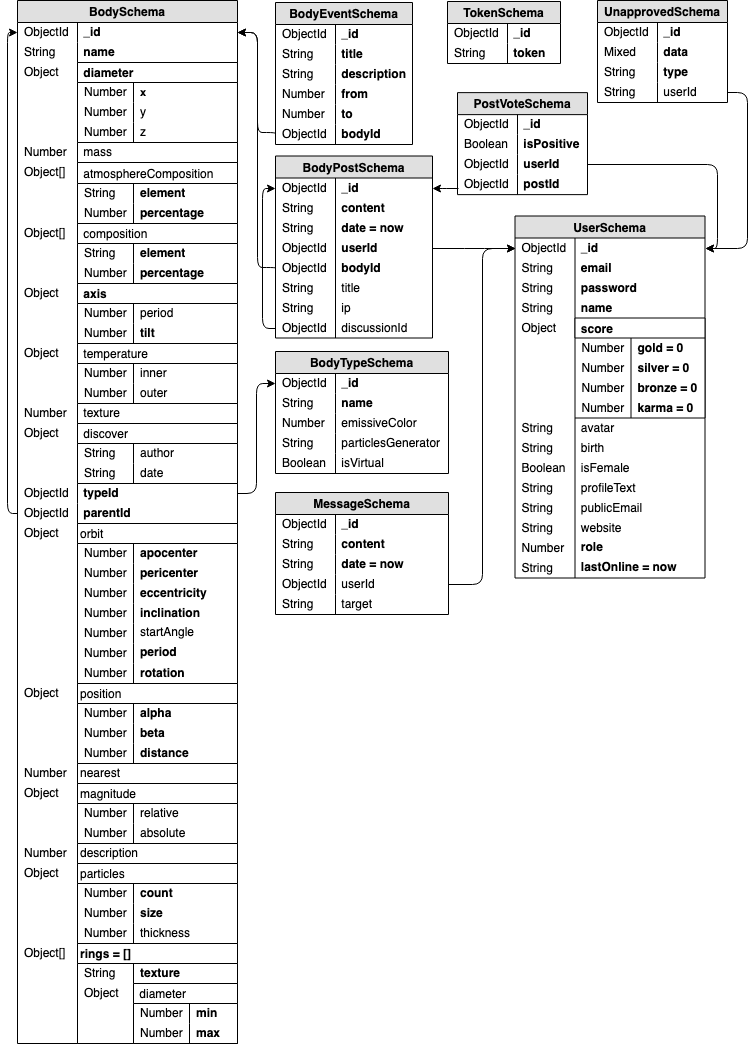
Before: docs/Images/DB.png, a diagram exported from draw.io (michalstruna/universis). Source tidied: cells renumbered, new cells last; positions are measured from the earlier drawing's top-left corner, leaving out a move shared by most shapes.
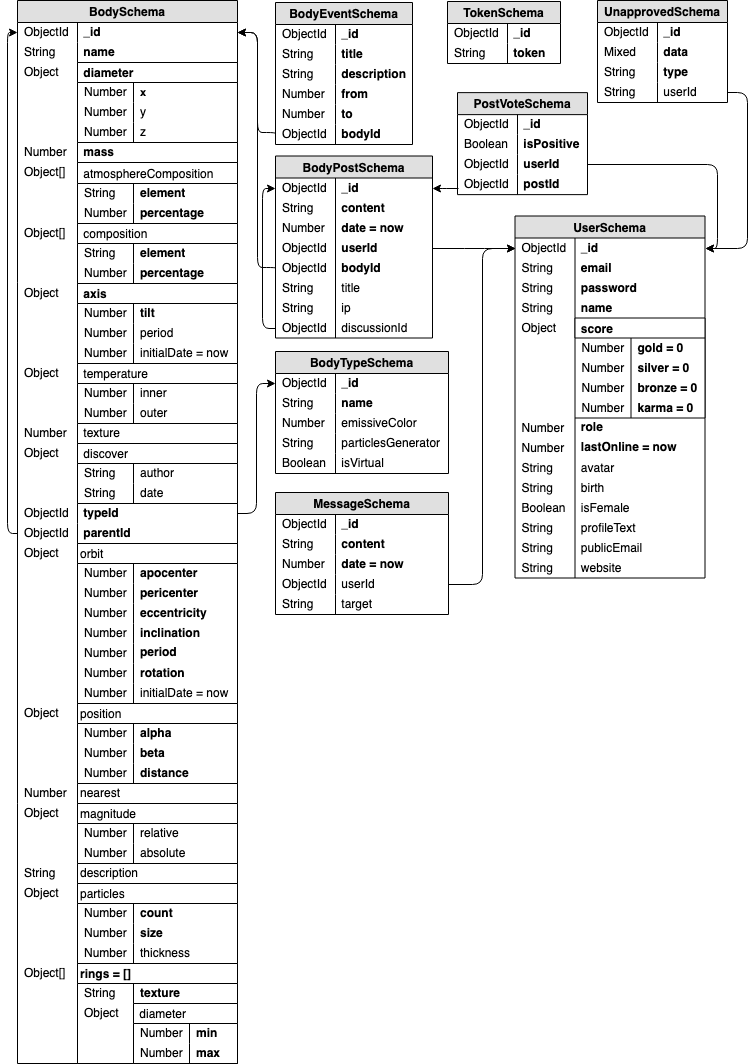
Later version of the same file.

The edit, as a diff of the source:
```diff
@@ -5,3 +5,3 @@
     <mxCell id="2" value="BodySchema" style="swimlane;fontStyle=1;horizontal=1;startSize=22;fillColor=#e0e0e0;swimlaneFillColor=#ffffff;align=center;fontSize=12;verticalAlign=middle;spacing=2;" parent="1" vertex="1">
-      <mxGeometry x="10" width="220" height="1043" as="geometry" />
+      <mxGeometry x="10" width="220" height="1063" as="geometry" />
     </mxCell>
@@ -46,3 +46,3 @@
     </mxCell>
-    <mxCell id="16" value=" mass" style="shape=partialRectangle;top=0;left=0;right=0;bottom=0;align=left;verticalAlign=middle;fillColor=none;spacingLeft=60;spacingRight=4;overflow=hidden;fontSize=12;spacing=2;" parent="2" vertex="1">
+    <mxCell id="16" value=" mass" style="shape=partialRectangle;top=0;left=0;right=0;bottom=0;align=left;verticalAlign=middle;fillColor=none;spacingLeft=60;spacingRight=4;overflow=hidden;fontSize=12;spacing=2;fontStyle=1;" parent="2" vertex="1">
       <mxGeometry y="142" width="220" height="20" as="geometry" />
@@ -95,3 +95,3 @@
     <mxCell id="32" value="temperature" style="shape=partialRectangle;top=0;left=0;right=0;bottom=0;align=left;verticalAlign=middle;fillColor=none;spacingLeft=60;spacingRight=4;overflow=hidden;fontSize=12;spacing=2;" parent="2" vertex="1">
-      <mxGeometry y="283" width="220" height="60" as="geometry" />
+      <mxGeometry y="283" width="220" height="80" as="geometry" />
     </mxCell>
@@ -101,6 +101,12 @@
     <mxCell id="34" value=" axis" style="swimlane;fontStyle=1;horizontal=1;startSize=20;fillColor=#ffffff;swimlaneFillColor=#ffffff;align=left;fontSize=12;verticalAlign=middle;spacing=2;" parent="32" vertex="1">
-      <mxGeometry x="60" width="160" height="60" as="geometry" />
+      <mxGeometry x="60" width="160" height="80" as="geometry" />
     </mxCell>
+    <mxCell id="37" value="tilt" style="shape=partialRectangle;top=0;left=0;right=0;bottom=0;align=left;verticalAlign=middle;fillColor=none;spacingLeft=60;spacingRight=4;overflow=hidden;fontSize=12;fontStyle=1;spacing=2;" parent="34" vertex="1">
+      <mxGeometry y="20" width="160" height="20" as="geometry" />
+    </mxCell>
+    <mxCell id="38" value="Number" style="shape=partialRectangle;fontStyle=0;top=0;left=0;bottom=0;fillColor=none;align=left;verticalAlign=middle;spacingLeft=4;spacingRight=4;overflow=hidden;fontSize=12;spacing=2;" parent="37" vertex="1">
+      <mxGeometry width="56" height="20" as="geometry" />
+    </mxCell>
     <mxCell id="35" value="period" style="shape=partialRectangle;top=0;left=0;right=0;bottom=0;align=left;verticalAlign=middle;fillColor=none;spacingLeft=60;spacingRight=4;overflow=hidden;fontSize=12;fontStyle=0;spacing=2;" parent="34" vertex="1">
-      <mxGeometry y="20" width="160" height="20" as="geometry" />
+      <mxGeometry y="40" width="160" height="20" as="geometry" />
     </mxCell>
@@ -109,10 +115,10 @@
     </mxCell>
-    <mxCell id="37" value="tilt" style="shape=partialRectangle;top=0;left=0;right=0;bottom=0;align=left;verticalAlign=middle;fillColor=none;spacingLeft=60;spacingRight=4;overflow=hidden;fontSize=12;fontStyle=1;spacing=2;" parent="34" vertex="1">
-      <mxGeometry y="40" width="160" height="20" as="geometry" />
-    </mxCell>
-    <mxCell id="38" value="Number" style="shape=partialRectangle;fontStyle=0;top=0;left=0;bottom=0;fillColor=none;align=left;verticalAlign=middle;spacingLeft=4;spacingRight=4;overflow=hidden;fontSize=12;spacing=2;" parent="37" vertex="1">
-      <mxGeometry width="56" height="20" as="geometry" />
-    </mxCell>
+    <mxCell id="238" value="initialDate = now" style="shape=partialRectangle;top=0;left=0;right=0;bottom=0;align=left;verticalAlign=middle;fillColor=none;spacingLeft=60;spacingRight=4;overflow=hidden;fontSize=12;fontStyle=0;spacing=2;" parent="34" vertex="1">
+      <mxGeometry y="60" width="160" height="20" as="geometry" />
+    </mxCell>
+    <mxCell id="239" value="Number" style="shape=partialRectangle;fontStyle=0;top=0;left=0;bottom=0;fillColor=none;align=left;verticalAlign=middle;spacingLeft=4;spacingRight=4;overflow=hidden;fontSize=12;spacing=2;" parent="238" vertex="1">
+      <mxGeometry width="56" height="20" as="geometry" />
+    </mxCell>
     <mxCell id="39" value="temperature" style="shape=partialRectangle;top=0;left=0;right=0;bottom=0;align=left;verticalAlign=middle;fillColor=none;spacingLeft=60;spacingRight=4;overflow=hidden;fontSize=12;spacing=2;" parent="2" vertex="1">
-      <mxGeometry y="343" width="220" height="60" as="geometry" />
+      <mxGeometry y="363" width="220" height="60" as="geometry" />
     </mxCell>
@@ -137,3 +143,3 @@
     <mxCell id="46" value=" texture" style="shape=partialRectangle;top=0;left=0;right=0;bottom=0;align=left;verticalAlign=middle;fillColor=none;spacingLeft=60;spacingRight=4;overflow=hidden;fontSize=12;spacing=2;" parent="2" vertex="1">
-      <mxGeometry y="403" width="220" height="20" as="geometry" />
+      <mxGeometry y="423" width="220" height="20" as="geometry" />
     </mxCell>
@@ -143,3 +149,3 @@
     <mxCell id="48" value="temperature" style="shape=partialRectangle;top=0;left=0;right=0;bottom=0;align=left;verticalAlign=middle;fillColor=none;spacingLeft=60;spacingRight=4;overflow=hidden;fontSize=12;spacing=2;" parent="2" vertex="1">
-      <mxGeometry y="423" width="220" height="60" as="geometry" />
+      <mxGeometry y="443" width="220" height="60" as="geometry" />
     </mxCell>
@@ -164,3 +170,3 @@
     <mxCell id="55" value=" typeId" style="shape=partialRectangle;top=0;left=0;right=0;bottom=0;align=left;verticalAlign=middle;fillColor=none;spacingLeft=60;spacingRight=4;overflow=hidden;points=[[0,0.5],[1,0.5]];portConstraint=eastwest;fontSize=12;spacing=2;fontStyle=1;" parent="2" vertex="1">
-      <mxGeometry y="483" width="220" height="20" as="geometry" />
+      <mxGeometry y="503" width="220" height="20" as="geometry" />
     </mxCell>
@@ -170,3 +176,3 @@
     <mxCell id="57" value=" parentId" style="shape=partialRectangle;top=0;left=0;right=0;bottom=0;align=left;verticalAlign=middle;fillColor=none;spacingLeft=60;spacingRight=4;overflow=hidden;points=[[0,0.5],[1,0.5]];portConstraint=eastwest;fontSize=12;spacing=2;fontStyle=1;" parent="2" vertex="1">
-      <mxGeometry y="503" width="220" height="20" as="geometry" />
+      <mxGeometry y="523" width="220" height="20" as="geometry" />
     </mxCell>
@@ -176,3 +182,3 @@
     <mxCell id="59" value="temperature" style="shape=partialRectangle;top=0;left=0;right=0;bottom=0;align=left;verticalAlign=middle;fillColor=none;spacingLeft=60;spacingRight=4;overflow=hidden;fontSize=12;spacing=2;" parent="2" vertex="1">
-      <mxGeometry y="523" width="220" height="160" as="geometry" />
+      <mxGeometry y="543" width="220" height="160" as="geometry" />
     </mxCell>
@@ -208,10 +214,4 @@
     </mxCell>
-    <mxCell id="70" value="startAngle&#10;" style="shape=partialRectangle;top=0;left=0;right=0;bottom=0;align=left;verticalAlign=middle;fillColor=none;spacingLeft=60;spacingRight=4;overflow=hidden;fontSize=12;spacing=2;" parent="61" vertex="1">
-      <mxGeometry y="100" width="160" height="20" as="geometry" />
-    </mxCell>
-    <mxCell id="71" value="Number" style="shape=partialRectangle;fontStyle=0;top=0;left=0;bottom=0;fillColor=none;align=left;verticalAlign=middle;spacingLeft=4;spacingRight=4;overflow=hidden;fontSize=12;spacing=2;" parent="70" vertex="1">
-      <mxGeometry width="56" height="20" as="geometry" />
-    </mxCell>
     <mxCell id="72" value="period&#10;" style="shape=partialRectangle;top=0;left=0;right=0;bottom=0;align=left;verticalAlign=middle;fillColor=none;spacingLeft=60;spacingRight=4;overflow=hidden;fontSize=12;spacing=2;fontStyle=1;" parent="61" vertex="1">
-      <mxGeometry y="120" width="160" height="20" as="geometry" />
+      <mxGeometry y="100" width="160" height="20" as="geometry" />
     </mxCell>
@@ -221,3 +221,3 @@
     <mxCell id="74" value="rotation" style="shape=partialRectangle;top=0;left=0;right=0;bottom=0;align=left;verticalAlign=middle;fillColor=none;spacingLeft=60;spacingRight=4;overflow=hidden;fontSize=12;spacing=2;fontStyle=1;" parent="61" vertex="1">
-      <mxGeometry y="140" width="160" height="20" as="geometry" />
+      <mxGeometry y="120" width="160" height="20" as="geometry" />
     </mxCell>
@@ -226,4 +226,10 @@
     </mxCell>
+    <mxCell id="70" value="initialDate = now" style="shape=partialRectangle;top=0;left=0;right=0;bottom=0;align=left;verticalAlign=middle;fillColor=none;spacingLeft=60;spacingRight=4;overflow=hidden;fontSize=12;spacing=2;fontStyle=0;" parent="61" vertex="1">
+      <mxGeometry y="140" width="160" height="20" as="geometry" />
+    </mxCell>
+    <mxCell id="71" value="Number" style="shape=partialRectangle;fontStyle=0;top=0;left=0;bottom=0;fillColor=none;align=left;verticalAlign=middle;spacingLeft=4;spacingRight=4;overflow=hidden;fontSize=12;spacing=2;" parent="70" vertex="1">
+      <mxGeometry width="56" height="20" as="geometry" />
+    </mxCell>
     <mxCell id="76" value="temperature" style="shape=partialRectangle;top=0;left=0;right=0;bottom=0;align=left;verticalAlign=middle;fillColor=none;spacingLeft=60;spacingRight=4;overflow=hidden;fontSize=12;spacing=2;" parent="2" vertex="1">
-      <mxGeometry y="683" width="220" height="80" as="geometry" />
+      <mxGeometry y="703" width="220" height="80" as="geometry" />
     </mxCell>
@@ -254,3 +260,3 @@
     <mxCell id="85" value="nearest" style="shape=partialRectangle;top=0;left=0;right=0;bottom=0;align=left;verticalAlign=middle;fillColor=none;spacingLeft=60;spacingRight=4;overflow=hidden;fontSize=12;spacing=2;" parent="2" vertex="1">
-      <mxGeometry y="763" width="220" height="20" as="geometry" />
+      <mxGeometry y="783" width="220" height="20" as="geometry" />
     </mxCell>
@@ -260,3 +266,3 @@
     <mxCell id="87" value="temperature" style="shape=partialRectangle;top=0;left=0;right=0;bottom=0;align=left;verticalAlign=middle;fillColor=none;spacingLeft=60;spacingRight=4;overflow=hidden;fontSize=12;spacing=2;" parent="2" vertex="1">
-      <mxGeometry y="783" width="220" height="60" as="geometry" />
+      <mxGeometry y="803" width="220" height="60" as="geometry" />
     </mxCell>
@@ -281,5 +287,5 @@
     <mxCell id="94" value="description" style="shape=partialRectangle;top=0;left=0;right=0;bottom=0;align=left;verticalAlign=middle;fillColor=none;spacingLeft=60;spacingRight=4;overflow=hidden;fontSize=12;spacing=2;" parent="2" vertex="1">
-      <mxGeometry y="843" width="220" height="20" as="geometry" />
+      <mxGeometry y="863" width="220" height="20" as="geometry" />
     </mxCell>
-    <mxCell id="95" value="Number" style="shape=partialRectangle;fontStyle=0;top=0;left=0;bottom=0;fillColor=none;align=left;verticalAlign=middle;spacingLeft=4;spacingRight=4;overflow=hidden;fontSize=12;spacing=2;" parent="94" vertex="1">
+    <mxCell id="95" value="String" style="shape=partialRectangle;fontStyle=0;top=0;left=0;bottom=0;fillColor=none;align=left;verticalAlign=middle;spacingLeft=4;spacingRight=4;overflow=hidden;fontSize=12;spacing=2;" parent="94" vertex="1">
       <mxGeometry width="60" height="20" as="geometry" />
@@ -287,3 +293,3 @@
     <mxCell id="96" value="temperature" style="shape=partialRectangle;top=0;left=0;right=0;bottom=0;align=left;verticalAlign=middle;fillColor=none;spacingLeft=60;spacingRight=4;overflow=hidden;fontSize=12;spacing=2;" parent="2" vertex="1">
-      <mxGeometry y="863" width="220" height="80" as="geometry" />
+      <mxGeometry y="883" width="220" height="80" as="geometry" />
     </mxCell>
@@ -314,3 +320,3 @@
     <mxCell id="105" value="temperature" style="shape=partialRectangle;top=0;left=0;right=0;bottom=0;align=left;verticalAlign=middle;fillColor=none;spacingLeft=60;spacingRight=4;overflow=hidden;fontSize=12;spacing=2;" parent="2" vertex="1">
-      <mxGeometry y="943" width="220" height="100" as="geometry" />
+      <mxGeometry y="963" width="220" height="100" as="geometry" />
     </mxCell>
@@ -349,7 +355,6 @@
     </mxCell>
-    <mxCell id="117" style="edgeStyle=segmentEdgeStyle;endArrow=classic;html=1;fontSize=12;entryX=0;entryY=0.5;entryDx=0;entryDy=0;exitX=0;exitY=0.5;exitDx=0;exitDy=0;" parent="2" edge="1" source="57" target="3">
+    <mxCell id="117" style="edgeStyle=elbowEdgeStyle;elbow=horizontal;endArrow=classic;html=1;entryX=0;entryY=0.5;entryDx=0;entryDy=0;exitX=0;exitY=0.5;exitDx=0;exitDy=0;" parent="2" edge="1" source="57" target="3">
       <mxGeometry relative="1" as="geometry">
         <Array as="points">
-          <mxPoint x="-10" y="513" />
-          <mxPoint x="-10" y="32" />
+          <mxPoint x="-10" y="283" />
         </Array>
@@ -447,3 +452,3 @@
     </mxCell>
-    <mxCell id="148" value="String" style="shape=partialRectangle;fontStyle=0;top=0;left=0;bottom=0;fillColor=none;align=left;verticalAlign=middle;spacingLeft=4;spacingRight=4;overflow=hidden;fontSize=12;spacing=2;" parent="147" vertex="1">
+    <mxCell id="148" value="Number" style="shape=partialRectangle;fontStyle=0;top=0;left=0;bottom=0;fillColor=none;align=left;verticalAlign=middle;spacingLeft=4;spacingRight=4;overflow=hidden;fontSize=12;spacing=2;" parent="147" vertex="1">
       <mxGeometry width="60" height="20" as="geometry" />
@@ -503,3 +508,3 @@
     </mxCell>
-    <mxCell id="165" value=" userId" style="shape=partialRectangle;top=0;left=0;right=0;bottom=0;align=left;verticalAlign=middle;fillColor=none;spacingLeft=60;spacingRight=4;overflow=hidden;points=[[0,0.5],[1,0.5]];portConstraint=eastwest;fontSize=12;spacing=2;fontStyle=1;" parent="160" vertex="1">
+    <mxCell id="165" value=" userId" style="shape=partialRectangle;top=0;left=0;right=0;bottom=0;align=left;verticalAlign=middle;fillColor=none;spacingLeft=60;spacingRight=4;overflow=hidden;points=[[0,0.5],[1,0.5]];portConstraint=eastwest;fontSize=12;spacing=2;fontStyle=1;strokeColor=#3399FF;" parent="160" vertex="1">
       <mxGeometry y="62" width="130" height="20" as="geometry" />
@@ -509,3 +514,3 @@
     </mxCell>
-    <mxCell id="167" value=" postId" style="shape=partialRectangle;top=0;left=0;right=0;bottom=0;align=left;verticalAlign=middle;fillColor=none;spacingLeft=60;spacingRight=4;overflow=hidden;points=[[0,0.5],[1,0.5]];portConstraint=eastwest;fontSize=12;spacing=2;fontStyle=1;" parent="160" vertex="1">
+    <mxCell id="167" value=" postId" style="shape=partialRectangle;top=0;left=0;right=0;bottom=0;align=left;verticalAlign=middle;fillColor=none;spacingLeft=60;spacingRight=4;overflow=hidden;points=[[0,0.5],[1,0.5]];portConstraint=eastwest;fontSize=12;spacing=2;fontStyle=1;strokeColor=#3399FF;" parent="160" vertex="1">
       <mxGeometry y="82" width="130" height="20" as="geometry" />
@@ -575,4 +580,16 @@
     </mxCell>
+    <mxCell id="201" value=" role&#10;" style="shape=partialRectangle;top=0;left=0;right=0;bottom=0;align=left;verticalAlign=middle;fillColor=none;spacingLeft=60;spacingRight=4;overflow=hidden;fontSize=12;spacing=2;fontStyle=1;" parent="169" vertex="1">
+      <mxGeometry y="202" width="190" height="20" as="geometry" />
+    </mxCell>
+    <mxCell id="202" value="Number" style="shape=partialRectangle;fontStyle=0;top=0;left=0;bottom=0;fillColor=none;align=left;verticalAlign=middle;spacingLeft=4;spacingRight=4;overflow=hidden;fontSize=12;spacing=2;" parent="201" vertex="1">
+      <mxGeometry width="60" height="20" as="geometry" />
+    </mxCell>
+    <mxCell id="203" value=" lastOnline = now&#10;" style="shape=partialRectangle;top=0;left=0;right=0;bottom=0;align=left;verticalAlign=middle;fillColor=none;spacingLeft=60;spacingRight=4;overflow=hidden;fontSize=12;spacing=2;fontStyle=1;" parent="169" vertex="1">
+      <mxGeometry y="222" width="190" height="20" as="geometry" />
+    </mxCell>
+    <mxCell id="204" value="Number" style="shape=partialRectangle;fontStyle=0;top=0;left=0;bottom=0;fillColor=none;align=left;verticalAlign=middle;spacingLeft=4;spacingRight=4;overflow=hidden;fontSize=12;spacing=2;" parent="203" vertex="1">
+      <mxGeometry width="60" height="20" as="geometry" />
+    </mxCell>
     <mxCell id="189" value=" avatar" style="shape=partialRectangle;top=0;left=0;right=0;bottom=0;align=left;verticalAlign=middle;fillColor=none;spacingLeft=60;spacingRight=4;overflow=hidden;fontSize=12;spacing=2;fontStyle=0;" parent="169" vertex="1">
-      <mxGeometry y="202" width="190" height="20" as="geometry" />
+      <mxGeometry y="242" width="190" height="20" as="geometry" />
     </mxCell>
@@ -582,3 +599,3 @@
     <mxCell id="191" value=" birth" style="shape=partialRectangle;top=0;left=0;right=0;bottom=0;align=left;verticalAlign=middle;fillColor=none;spacingLeft=60;spacingRight=4;overflow=hidden;fontSize=12;spacing=2;fontStyle=0;" parent="169" vertex="1">
-      <mxGeometry y="222" width="190" height="20" as="geometry" />
+      <mxGeometry y="262" width="190" height="20" as="geometry" />
     </mxCell>
@@ -588,3 +605,3 @@
     <mxCell id="193" value=" isFemale" style="shape=partialRectangle;top=0;left=0;right=0;bottom=0;align=left;verticalAlign=middle;fillColor=none;spacingLeft=60;spacingRight=4;overflow=hidden;fontSize=12;spacing=2;fontStyle=0;" parent="169" vertex="1">
-      <mxGeometry y="242" width="190" height="20" as="geometry" />
+      <mxGeometry y="282" width="190" height="20" as="geometry" />
     </mxCell>
@@ -594,3 +611,3 @@
     <mxCell id="195" value=" profileText" style="shape=partialRectangle;top=0;left=0;right=0;bottom=0;align=left;verticalAlign=middle;fillColor=none;spacingLeft=60;spacingRight=4;overflow=hidden;fontSize=12;spacing=2;fontStyle=0;" parent="169" vertex="1">
-      <mxGeometry y="262" width="190" height="20" as="geometry" />
+      <mxGeometry y="302" width="190" height="20" as="geometry" />
     </mxCell>
@@ -600,3 +617,3 @@
     <mxCell id="197" value=" publicEmail" style="shape=partialRectangle;top=0;left=0;right=0;bottom=0;align=left;verticalAlign=middle;fillColor=none;spacingLeft=60;spacingRight=4;overflow=hidden;fontSize=12;spacing=2;fontStyle=0;" parent="169" vertex="1">
-      <mxGeometry y="282" width="190" height="20" as="geometry" />
+      <mxGeometry y="322" width="190" height="20" as="geometry" />
     </mxCell>
@@ -606,3 +623,3 @@
     <mxCell id="199" value=" website" style="shape=partialRectangle;top=0;left=0;right=0;bottom=0;align=left;verticalAlign=middle;fillColor=none;spacingLeft=60;spacingRight=4;overflow=hidden;fontSize=12;spacing=2;fontStyle=0;" parent="169" vertex="1">
-      <mxGeometry y="302" width="190" height="20" as="geometry" />
+      <mxGeometry y="342" width="190" height="20" as="geometry" />
     </mxCell>
@@ -611,14 +628,2 @@
     </mxCell>
-    <mxCell id="201" value=" role&#10;" style="shape=partialRectangle;top=0;left=0;right=0;bottom=0;align=left;verticalAlign=middle;fillColor=none;spacingLeft=60;spacingRight=4;overflow=hidden;fontSize=12;spacing=2;fontStyle=1;" parent="169" vertex="1">
-      <mxGeometry y="322" width="190" height="20" as="geometry" />
-    </mxCell>
-    <mxCell id="202" value="Number" style="shape=partialRectangle;fontStyle=0;top=0;left=0;bottom=0;fillColor=none;align=left;verticalAlign=middle;spacingLeft=4;spacingRight=4;overflow=hidden;fontSize=12;spacing=2;" parent="201" vertex="1">
-      <mxGeometry width="60" height="20" as="geometry" />
-    </mxCell>
-    <mxCell id="203" value=" lastOnline = now&#10;" style="shape=partialRectangle;top=0;left=0;right=0;bottom=0;align=left;verticalAlign=middle;fillColor=none;spacingLeft=60;spacingRight=4;overflow=hidden;fontSize=12;spacing=2;fontStyle=1;" parent="169" vertex="1">
-      <mxGeometry y="342" width="190" height="20" as="geometry" />
-    </mxCell>
-    <mxCell id="204" value="String" style="shape=partialRectangle;fontStyle=0;top=0;left=0;bottom=0;fillColor=none;align=left;verticalAlign=middle;spacingLeft=4;spacingRight=4;overflow=hidden;fontSize=12;spacing=2;" parent="203" vertex="1">
-      <mxGeometry width="60" height="20" as="geometry" />
-    </mxCell>
     <mxCell id="205" value="TokenSchema" style="swimlane;fontStyle=1;horizontal=1;startSize=22;fillColor=#e0e0e0;swimlaneFillColor=#ffffff;align=center;fontSize=12;verticalAlign=middle;spacing=2;" parent="1" vertex="1">
@@ -673,3 +678,3 @@
     </mxCell>
-    <mxCell id="218" value="String" style="shape=partialRectangle;fontStyle=0;top=0;left=0;bottom=0;fillColor=none;align=left;verticalAlign=middle;spacingLeft=4;spacingRight=4;overflow=hidden;fontSize=12;spacing=2;" parent="217" vertex="1">
+    <mxCell id="218" value="Number" style="shape=partialRectangle;fontStyle=0;top=0;left=0;bottom=0;fillColor=none;align=left;verticalAlign=middle;spacingLeft=4;spacingRight=4;overflow=hidden;fontSize=12;spacing=2;" parent="217" vertex="1">
       <mxGeometry width="60" height="20" as="geometry" />
```
